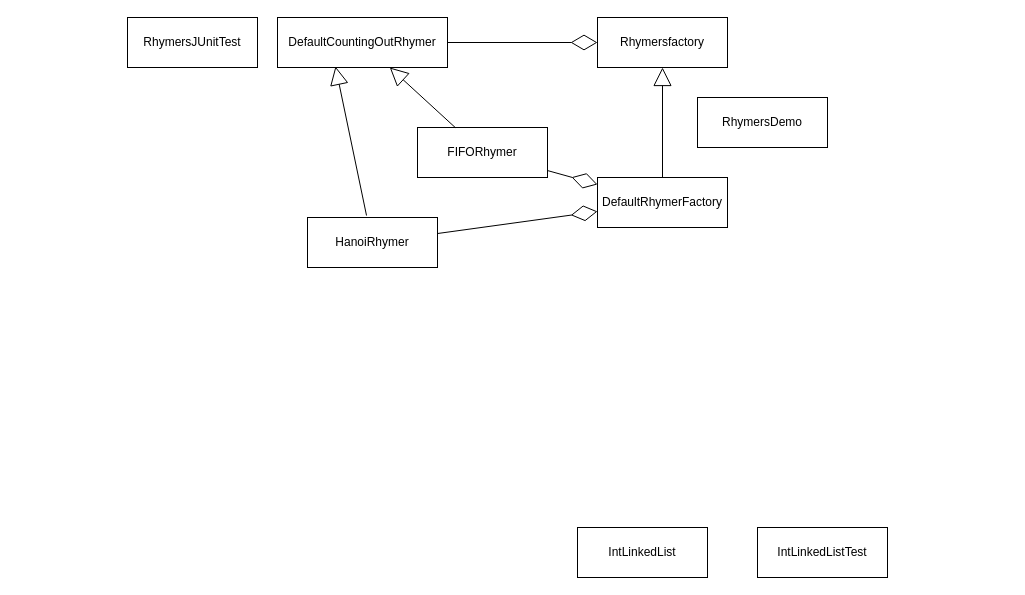
KacperJarosik/drow.io-scheme keeps this draw.io diagram as rhymers.drawio. Above is the earlier version. Source tidied: cells renumbered, new cells numbered last; positions are measured from the earlier drawing's top-left corner, leaving out a move shared by most shapes. Both pictures are drawn from the tidied source at 100%, with x=0, y=0 at pixel (127, 17).
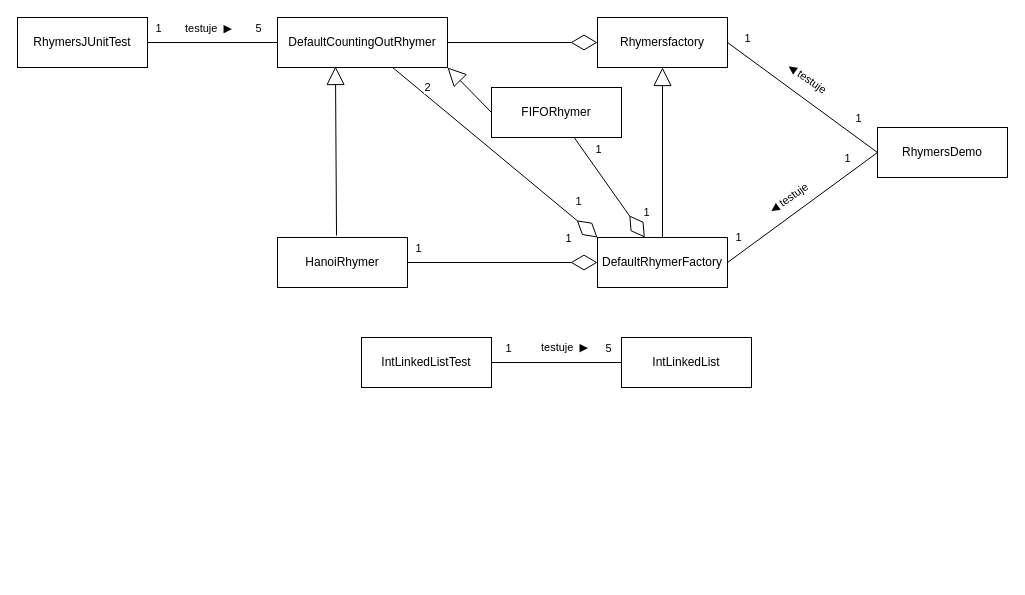
Above is the later version.

The change refers to these unchanged cells:
```xml
<mxCell id="3" value="Rhymersfactory" style="html=1;whiteSpace=wrap;" parent="1" vertex="1">
  <mxGeometry x="470" width="130" height="50" as="geometry" />
</mxCell>
<mxCell id="5" value="DefaultCountingOutRhymer" style="html=1;whiteSpace=wrap;" parent="1" vertex="1">
  <mxGeometry x="150" width="170" height="50" as="geometry" />
</mxCell>
<mxCell id="9" style="endArrow=diamondThin;endFill=0;endSize=24;html=1;rounded=0;" parent="1" edge="1" source="7" target="2">
  <mxGeometry relative="1" as="geometry" />
</mxCell>
<mxCell id="10" style="endArrow=diamondThin;endFill=0;endSize=24;html=1;rounded=0;" parent="1" edge="1" source="6" target="2">
  <mxGeometry relative="1" as="geometry" />
</mxCell>
```

What changed in the source:
```diff
@@
     <mxCell id="2" value="DefaultRhymerFactory" style="html=1;whiteSpace=wrap;" parent="1" vertex="1">
-      <mxGeometry x="470" y="160" width="130" height="50" as="geometry" />
+      <mxGeometry x="470" y="220" width="130" height="50" as="geometry" />
     </mxCell>
@@
     <mxCell id="6" value="HanoiRhymer" style="html=1;whiteSpace=wrap;" parent="1" vertex="1">
-      <mxGeometry x="180" y="200" width="130" height="50" as="geometry" />
+      <mxGeometry x="150" y="220" width="130" height="50" as="geometry" />
     </mxCell>
     <mxCell id="7" value="FIFORhymer" style="html=1;whiteSpace=wrap;" parent="1" vertex="1">
-      <mxGeometry x="290" y="110" width="130" height="50" as="geometry" />
+      <mxGeometry x="364" y="70" width="130" height="50" as="geometry" />
     </mxCell>
@@
+    <mxCell id="17" value="1" style="edgeLabel;html=1;align=center;verticalAlign=middle;" parent="9" vertex="1">
+      <mxGeometry x="0.69" y="3" relative="1" as="geometry">
+        <mxPoint x="10" y="-8" as="offset" />
+      </mxGeometry>
+    </mxCell>
+    <mxCell id="18" value="1" style="edgeLabel;html=1;align=center;verticalAlign=middle;" parent="9" vertex="1">
+      <mxGeometry x="0.25" y="3" relative="1" as="geometry">
+        <mxPoint x="-23" y="-50" as="offset" />
+      </mxGeometry>
+    </mxCell>
@@
+    <mxCell id="19" value="1" style="edgeLabel;html=1;align=center;verticalAlign=middle;" parent="10" vertex="1">
+      <mxGeometry x="-0.08" y="3" relative="1" as="geometry">
+        <mxPoint x="73" y="-22" as="offset" />
+      </mxGeometry>
+    </mxCell>
+    <mxCell id="20" value="1" style="edgeLabel;html=1;align=center;verticalAlign=middle;" parent="10" vertex="1">
+      <mxGeometry x="-0.37" y="1" relative="1" as="geometry">
+        <mxPoint x="-50" y="-14" as="offset" />
+      </mxGeometry>
+    </mxCell>
     <mxCell id="11" value="IntLinkedList" style="html=1;whiteSpace=wrap;" parent="1" vertex="1">
-      <mxGeometry x="450" y="510" width="130" height="50" as="geometry" />
+      <mxGeometry x="494" y="320" width="130" height="50" as="geometry" />
     </mxCell>
     <mxCell id="12" value="IntLinkedListTest" style="html=1;whiteSpace=wrap;" parent="1" vertex="1">
-      <mxGeometry x="630" y="510" width="130" height="50" as="geometry" />
+      <mxGeometry x="234" y="320" width="130" height="50" as="geometry" />
     </mxCell>
-    <mxCell id="13" style="endArrow=block;endSize=16;endFill=0;html=1;rounded=0;" parent="1" edge="1" source="7" target="5">
+    <mxCell id="13" style="endArrow=block;endSize=16;endFill=0;html=1;rounded=0;entryX=1;entryY=1;entryDx=0;entryDy=0;exitX=0;exitY=0.5;exitDx=0;exitDy=0;" parent="1" edge="1" source="7" target="5">
       <mxGeometry relative="1" as="geometry" />
     </mxCell>
@@
     <mxCell id="15" value="RhymersDemo" style="html=1;whiteSpace=wrap;" parent="1" vertex="1">
-      <mxGeometry x="570" y="80" width="130" height="50" as="geometry" />
+      <mxGeometry x="750" y="110" width="130" height="50" as="geometry" />
     </mxCell>
     <mxCell id="16" value="RhymersJUnitTest" style="html=1;whiteSpace=wrap;" parent="1" vertex="1">
-      <mxGeometry width="130" height="50" as="geometry" />
+      <mxGeometry x="-110" width="130" height="50" as="geometry" />
     </mxCell>
+    <mxCell id="21" style="endArrow=none;html=1;edgeStyle=orthogonalEdgeStyle;rounded=0;" parent="1" edge="1" source="11" target="12">
+      <mxGeometry relative="1" as="geometry" />
+    </mxCell>
+    <mxCell id="22" value="testuje&amp;nbsp; ▶" style="edgeLabel;html=1;align=center;verticalAlign=middle;" parent="21" vertex="1">
+      <mxGeometry x="-0.32" y="-1" relative="1" as="geometry">
+        <mxPoint x="-370" y="-334" as="offset" />
+      </mxGeometry>
+    </mxCell>
+    <mxCell id="23" value="5" style="edgeLabel;html=1;align=center;verticalAlign=middle;" parent="21" vertex="1">
+      <mxGeometry x="-0.14" y="3" relative="1" as="geometry">
+        <mxPoint x="42" y="-18" as="offset" />
+      </mxGeometry>
+    </mxCell>
+    <mxCell id="24" value="1" style="edgeLabel;html=1;align=center;verticalAlign=middle;" parent="21" vertex="1">
+      <mxGeometry x="0.18" relative="1" as="geometry">
+        <mxPoint x="-37" y="-15" as="offset" />
+      </mxGeometry>
+    </mxCell>
+    <mxCell id="25" style="endArrow=none;endFill=0;endSize=12;html=1;rounded=0;exitX=1;exitY=0.5;exitDx=0;exitDy=0;entryX=0;entryY=0.5;entryDx=0;entryDy=0;" parent="1" edge="1" source="2" target="15">
+      <mxGeometry relative="1" as="geometry" />
+    </mxCell>
+    <mxCell id="26" value="◀ testuje" style="edgeLabel;html=1;align=center;verticalAlign=middle;rotation=-35;" parent="25" vertex="1">
+      <mxGeometry x="0.2" y="-2" relative="1" as="geometry">
+        <mxPoint x="-31" as="offset" />
+      </mxGeometry>
+    </mxCell>
+    <mxCell id="27" value="1" style="edgeLabel;html=1;align=center;verticalAlign=middle;" parent="25" vertex="1">
+      <mxGeometry x="-0.51" y="1" relative="1" as="geometry">
+        <mxPoint x="-26" y="3" as="offset" />
+      </mxGeometry>
+    </mxCell>
+    <mxCell id="28" value="1" style="edgeLabel;html=1;align=center;verticalAlign=middle;" parent="25" vertex="1">
+      <mxGeometry x="0.67" relative="1" as="geometry">
+        <mxPoint x="-5" y="-13" as="offset" />
+      </mxGeometry>
+    </mxCell>
+    <mxCell id="29" style="endArrow=none;endFill=0;endSize=12;html=1;rounded=0;entryX=0;entryY=0.5;entryDx=0;entryDy=0;exitX=1;exitY=0.5;exitDx=0;exitDy=0;" parent="1" edge="1" source="3" target="15">
+      <mxGeometry relative="1" as="geometry" />
+    </mxCell>
+    <mxCell id="30" value="1" style="edgeLabel;html=1;align=center;verticalAlign=middle;" parent="29" vertex="1">
+      <mxGeometry x="0.6" y="2" relative="1" as="geometry">
+        <mxPoint x="9" y="-11" as="offset" />
+      </mxGeometry>
+    </mxCell>
+    <mxCell id="31" value="1" style="edgeLabel;html=1;align=center;verticalAlign=middle;" parent="29" vertex="1">
+      <mxGeometry x="-0.71" y="-3" relative="1" as="geometry">
+        <mxPoint y="-23" as="offset" />
+      </mxGeometry>
+    </mxCell>
+    <mxCell id="32" style="endArrow=none;endFill=0;endSize=12;html=1;rounded=0;exitX=1;exitY=0.5;exitDx=0;exitDy=0;entryX=0;entryY=0.5;entryDx=0;entryDy=0;" parent="1" edge="1" source="16" target="5">
+      <mxGeometry relative="1" as="geometry" />
+    </mxCell>
+    <mxCell id="33" value="5" style="edgeLabel;html=1;align=center;verticalAlign=middle;" parent="32" vertex="1">
+      <mxGeometry x="0.29" y="-2" relative="1" as="geometry">
+        <mxPoint x="26" y="-17" as="offset" />
+      </mxGeometry>
+    </mxCell>
+    <mxCell id="34" value="1" style="edgeLabel;html=1;align=center;verticalAlign=middle;" parent="32" vertex="1">
+      <mxGeometry x="-0.66" relative="1" as="geometry">
+        <mxPoint x="-12" y="-15" as="offset" />
+      </mxGeometry>
+    </mxCell>
+    <mxCell id="35" value="testuje&amp;nbsp; ▶" style="edgeLabel;html=1;align=center;verticalAlign=middle;" parent="1" vertex="1">
+      <mxGeometry x="444" y="350" as="geometry">
+        <mxPoint x="-8" y="-21" as="offset" />
+      </mxGeometry>
+    </mxCell>
+    <mxCell id="36" value="◀ testuje" style="edgeLabel;html=1;align=center;verticalAlign=middle;rotation=35;" parent="1" vertex="1">
+      <mxGeometry x="680" y="60" as="geometry" />
+    </mxCell>
+    <mxCell id="37" style="endArrow=diamondThin;endFill=0;endSize=24;html=1;rounded=0;entryX=0;entryY=0;entryDx=0;entryDy=0;" parent="1" edge="1" source="5" target="2">
+      <mxGeometry relative="1" as="geometry" />
+    </mxCell>
+    <mxCell id="38" value="1" style="edgeLabel;html=1;align=center;verticalAlign=middle;" parent="37" vertex="1">
+      <mxGeometry x="0.69" y="3" relative="1" as="geometry">
+        <mxPoint x="10" y="-8" as="offset" />
+      </mxGeometry>
+    </mxCell>
+    <mxCell id="39" value="2" style="edgeLabel;html=1;align=center;verticalAlign=middle;" parent="37" vertex="1">
+      <mxGeometry x="0.25" y="3" relative="1" as="geometry">
+        <mxPoint x="-95" y="-84" as="offset" />
+      </mxGeometry>
+    </mxCell>
```
